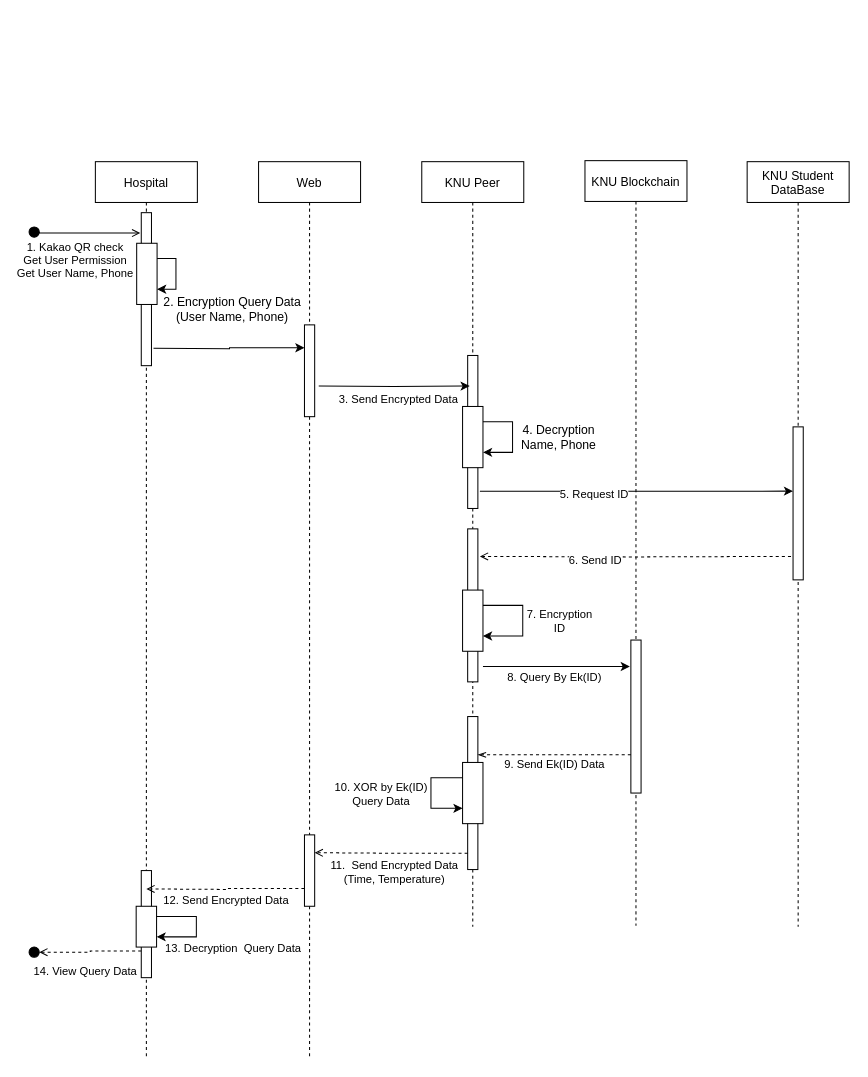
The draw.io diagram page "query" (3 of 3) of Sequence Diagram.drawio in GunhyungKim/TrackingSystem, before the edit. Source tidied: cells renumbered, new cells numbered last; positions are measured from the earlier drawing's top-left corner, leaving out a move shared by most shapes. Both pictures are drawn from the tidied source at 102%, with x=0, y=0 at pixel (29, 160).
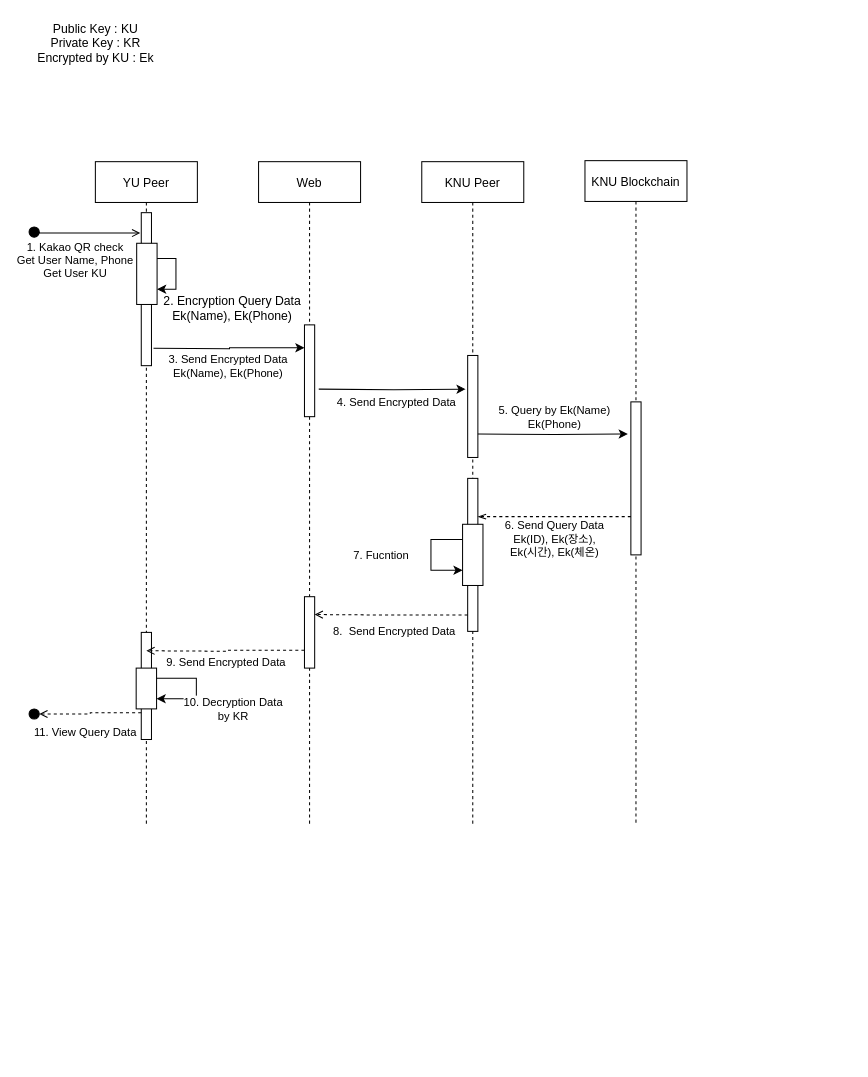
The same page after the edit.

The change refers to these unchanged cells:
```xml
<mxCell id="28" style="edgeStyle=orthogonalEdgeStyle;rounded=0;jettySize=auto;html=1;exitX=1;exitY=0.5;exitDx=0;exitDy=0;endArrow=open;endFill=0;entryX=-0.1;entryY=0.133;entryDx=0;entryDy=0;entryPerimeter=0;" parent="1" edge="1" source="27" target="20">
  <mxGeometry relative="1" as="geometry">
    <Array as="points">
      <mxPoint x="10" y="71" />
    </Array>
  </mxGeometry>
</mxCell>
<mxCell id="31" style="edgeStyle=orthogonalEdgeStyle;rounded=0;jettySize=auto;html=1;entryX=0;entryY=0.25;entryDx=0;entryDy=0;" parent="1" edge="1" target="3">
  <mxGeometry relative="1" as="geometry">
    <mxPoint x="122" y="184" as="sourcePoint" />
  </mxGeometry>
</mxCell>
<mxCell id="43" style="edgeStyle=orthogonalEdgeStyle;rounded=0;jettySize=auto;html=1;exitX=0;exitY=0.75;exitDx=0;exitDy=0;entryX=1;entryY=0.25;entryDx=0;entryDy=0;endArrow=openThin;endFill=0;dashed=1;" parent="1" edge="1" source="18" target="13">
  <mxGeometry relative="1" as="geometry" />
</mxCell>
<mxCell id="45" style="edgeStyle=orthogonalEdgeStyle;rounded=0;jettySize=auto;html=1;exitX=0;exitY=0.893;exitDx=0;exitDy=0;entryX=1;entryY=0.25;entryDx=0;entryDy=0;endArrow=open;endFill=0;exitPerimeter=0;dashed=1;" parent="1" edge="1" source="13" target="4">
  <mxGeometry relative="1" as="geometry" />
</mxCell>
<mxCell id="50" style="edgeStyle=orthogonalEdgeStyle;rounded=0;jettySize=auto;html=1;exitX=0;exitY=0.75;exitDx=0;exitDy=0;entryX=1;entryY=0.5;entryDx=0;entryDy=0;endArrow=open;endFill=0;dashed=1;" parent="1" edge="1" source="23" target="49">
  <mxGeometry relative="1" as="geometry" />
</mxCell>
```

Change to the diagram source:
```diff
@@
     <mxCell id="2" value="Web" style="shape=umlLifeline;perimeter=lifelinePerimeter;rounded=0;shadow=0;strokeWidth=1;" parent="1" vertex="1">
-      <mxGeometry x="225" y="1" width="100" height="880" as="geometry" />
+      <mxGeometry x="225" y="1" width="100" height="649" as="geometry" />
     </mxCell>
@@
     <mxCell id="4" style="rounded=0;whiteSpace=wrap;html=1;" parent="2" vertex="1">
-      <mxGeometry x="45" y="660" width="10" height="70" as="geometry" />
+      <mxGeometry x="45" y="426.5" width="10" height="70" as="geometry" />
     </mxCell>
     <mxCell id="5" value="KNU Peer" style="shape=umlLifeline;perimeter=lifelinePerimeter;rounded=0;shadow=0;strokeWidth=1;" parent="1" vertex="1">
-      <mxGeometry x="385" y="1" width="100" height="750" as="geometry" />
+      <mxGeometry x="385" y="1" width="100" height="649" as="geometry" />
     </mxCell>
     <mxCell id="6" style="rounded=0;whiteSpace=wrap;html=1;" parent="5" vertex="1">
-      <mxGeometry x="45" y="190" width="10" height="150" as="geometry" />
+      <mxGeometry x="45" y="190" width="10" height="100" as="geometry" />
     </mxCell>
-    <mxCell id="7" style="rounded=0;whiteSpace=wrap;html=1;fillColor=#FFFFFF;" parent="5" vertex="1">
-      <mxGeometry x="40" y="240" width="20" height="60" as="geometry" />
-    </mxCell>
-    <mxCell id="8" style="edgeStyle=orthogonalEdgeStyle;rounded=0;orthogonalLoop=1;jettySize=auto;html=1;exitX=1;exitY=0.25;exitDx=0;exitDy=0;entryX=1;entryY=0.75;entryDx=0;entryDy=0;" parent="5" edge="1" source="7" target="7">
-      <mxGeometry relative="1" as="geometry">
-        <Array as="points">
-          <mxPoint x="89" y="255" />
-          <mxPoint x="89" y="285" />
-        </Array>
-      </mxGeometry>
-    </mxCell>
-    <mxCell id="9" style="rounded=0;whiteSpace=wrap;html=1;" parent="5" vertex="1">
-      <mxGeometry x="45" y="360" width="10" height="150" as="geometry" />
-    </mxCell>
-    <mxCell id="10" style="rounded=0;whiteSpace=wrap;html=1;fillColor=#FFFFFF;" parent="5" vertex="1">
-      <mxGeometry x="40" y="420" width="20" height="60" as="geometry" />
-    </mxCell>
-    <mxCell id="11" style="edgeStyle=orthogonalEdgeStyle;rounded=0;orthogonalLoop=1;jettySize=auto;html=1;exitX=1;exitY=0.25;exitDx=0;exitDy=0;entryX=1;entryY=0.75;entryDx=0;entryDy=0;" parent="5" edge="1" source="10" target="10">
-      <mxGeometry relative="1" as="geometry">
-        <Array as="points">
-          <mxPoint x="99" y="435" />
-          <mxPoint x="99" y="465" />
-        </Array>
-      </mxGeometry>
-    </mxCell>
-    <mxCell id="12" value="7. Encryption&lt;br&gt;ID" style="edgeLabel;html=1;align=center;verticalAlign=middle;" parent="11" vertex="1">
-      <mxGeometry x="-0.28" y="-6" relative="1" as="geometry">
-        <mxPoint x="41" y="15" as="offset" />
-      </mxGeometry>
-    </mxCell>
     <mxCell id="13" style="rounded=0;whiteSpace=wrap;html=1;" parent="5" vertex="1">
-      <mxGeometry x="45" y="544" width="10" height="150" as="geometry" />
+      <mxGeometry x="45" y="310.5" width="10" height="150" as="geometry" />
     </mxCell>
     <mxCell id="14" style="rounded=0;whiteSpace=wrap;html=1;fillColor=#FFFFFF;" parent="5" vertex="1">
-      <mxGeometry x="40" y="589" width="20" height="60" as="geometry" />
+      <mxGeometry x="40" y="355.5" width="20" height="60" as="geometry" />
     </mxCell>
     <mxCell id="15" style="edgeStyle=orthogonalEdgeStyle;rounded=0;orthogonalLoop=1;jettySize=auto;html=1;exitX=0;exitY=0.25;exitDx=0;exitDy=0;entryX=0;entryY=0.75;entryDx=0;entryDy=0;endArrow=classic;endFill=1;" parent="5" edge="1" source="14" target="14">
       <mxGeometry relative="1" as="geometry">
         <Array as="points">
-          <mxPoint x="9" y="604" />
-          <mxPoint x="9" y="634" />
+          <mxPoint x="9" y="370.5" />
+          <mxPoint x="9" y="400.5" />
         </Array>
       </mxGeometry>
     </mxCell>
-    <mxCell id="16" value="10. XOR by Ek(ID)&lt;br&gt;Query Data" style="edgeLabel;html=1;align=center;verticalAlign=middle;" parent="15" vertex="1">
+    <mxCell id="16" value="7. Fucntion" style="edgeLabel;html=1;align=center;verticalAlign=middle;" parent="15" vertex="1">
       <mxGeometry x="-0.41" y="-3" relative="1" as="geometry">
         <mxPoint x="-54" y="18" as="offset" />
       </mxGeometry>
     </mxCell>
     <mxCell id="17" value="KNU Blockchain" style="shape=umlLifeline;perimeter=lifelinePerimeter;rounded=0;shadow=0;strokeWidth=1;" parent="1" vertex="1">
-      <mxGeometry x="545" width="100" height="750" as="geometry" />
+      <mxGeometry x="545" width="100" height="650" as="geometry" />
     </mxCell>
     <mxCell id="18" style="rounded=0;whiteSpace=wrap;html=1;" parent="17" vertex="1">
-      <mxGeometry x="45" y="470" width="10" height="150" as="geometry" />
+      <mxGeometry x="45" y="236.5" width="10" height="150" as="geometry" />
     </mxCell>
-    <mxCell id="19" value="Hospital" style="shape=umlLifeline;perimeter=lifelinePerimeter;rounded=0;shadow=0;strokeWidth=1;" parent="1" vertex="1">
-      <mxGeometry x="65" y="1" width="100" height="880" as="geometry" />
+    <mxCell id="19" value="YU Peer" style="shape=umlLifeline;perimeter=lifelinePerimeter;rounded=0;shadow=0;strokeWidth=1;" parent="1" vertex="1">
+      <mxGeometry x="65" y="1" width="100" height="649" as="geometry" />
     </mxCell>
@@
     <mxCell id="23" style="rounded=0;whiteSpace=wrap;html=1;" parent="19" vertex="1">
-      <mxGeometry x="45" y="695" width="10" height="105" as="geometry" />
+      <mxGeometry x="45" y="461.5" width="10" height="105" as="geometry" />
     </mxCell>
     <mxCell id="24" style="rounded=0;whiteSpace=wrap;html=1;fillColor=#FFFFFF;" parent="19" vertex="1">
-      <mxGeometry x="40" y="730" width="20" height="40" as="geometry" />
+      <mxGeometry x="40" y="496.5" width="20" height="40" as="geometry" />
     </mxCell>
     <mxCell id="25" style="edgeStyle=orthogonalEdgeStyle;rounded=0;orthogonalLoop=1;jettySize=auto;html=1;exitX=1;exitY=0.25;exitDx=0;exitDy=0;entryX=1;entryY=0.75;entryDx=0;entryDy=0;endArrow=classic;endFill=1;" parent="19" edge="1" source="24" target="24">
       <mxGeometry relative="1" as="geometry">
         <Array as="points">
-          <mxPoint x="99" y="740" />
-          <mxPoint x="99" y="760" />
+          <mxPoint x="99" y="506.5" />
+          <mxPoint x="99" y="526.5" />
         </Array>
       </mxGeometry>
     </mxCell>
-    <mxCell id="26" value="13. Decryption&amp;nbsp; Query Data" style="edgeLabel;html=1;align=center;verticalAlign=middle;" parent="25" vertex="1">
+    <mxCell id="26" value="10. Decryption Data&lt;br&gt;by KR" style="edgeLabel;html=1;align=center;verticalAlign=middle;" parent="25" vertex="1">
       <mxGeometry x="0.35" y="4" relative="1" as="geometry">
         <mxPoint x="42" y="6" as="offset" />
       </mxGeometry>
     </mxCell>
@@
-    <mxCell id="29" value="1. Kakao QR check&lt;br&gt;Get User Permission&lt;br&gt;Get User Name, Phone" style="edgeLabel;html=1;align=center;verticalAlign=middle;" parent="28" vertex="1">
+    <mxCell id="29" value="1. Kakao QR check&lt;br&gt;Get User Name, Phone&lt;br&gt;Get User KU" style="edgeLabel;html=1;align=center;verticalAlign=middle;" parent="28" vertex="1">
       <mxGeometry x="0.26" y="1" relative="1" as="geometry">
         <mxPoint x="-27" y="28" as="offset" />
       </mxGeometry>
     </mxCell>
-    <mxCell id="30" value="2. Encryption Query Data&lt;br&gt;(User Name, Phone)" style="text;html=1;align=center;verticalAlign=middle;" parent="1" vertex="1">
-      <mxGeometry x="124" y="131" width="150" height="30" as="geometry" />
+    <mxCell id="30" value="2. Encryption Query Data&lt;br&gt;Ek(Name), Ek(Phone)" style="text;html=1;align=center;verticalAlign=middle;" parent="1" vertex="1">
+      <mxGeometry x="124" y="130" width="150" height="30" as="geometry" />
     </mxCell>
@@
+    <mxCell id="52" value="3. Send Encrypted Data&lt;br&gt;Ek(Name), Ek(Phone)" style="edgeLabel;html=1;align=center;verticalAlign=middle;" parent="31" vertex="1">
+      <mxGeometry x="-0.8" y="-4" relative="1" as="geometry">
+        <mxPoint x="58" y="13" as="offset" />
+      </mxGeometry>
+    </mxCell>
-    <mxCell id="32" style="edgeStyle=orthogonalEdgeStyle;rounded=0;jettySize=auto;html=1;entryX=0.2;entryY=0.2;entryDx=0;entryDy=0;entryPerimeter=0;" parent="1" edge="1" target="6">
+    <mxCell id="32" style="edgeStyle=orthogonalEdgeStyle;rounded=0;jettySize=auto;html=1;entryX=-0.2;entryY=0.33;entryDx=0;entryDy=0;entryPerimeter=0;" parent="1" edge="1" target="6">
       <mxGeometry relative="1" as="geometry">
-        <mxPoint x="284" y="221" as="sourcePoint" />
+        <mxPoint x="284" y="224" as="sourcePoint" />
       </mxGeometry>
     </mxCell>
-    <mxCell id="33" value="3. Send Encrypted Data" style="edgeLabel;html=1;align=center;verticalAlign=middle;" parent="32" vertex="1">
+    <mxCell id="33" value="4. Send Encrypted Data" style="edgeLabel;html=1;align=center;verticalAlign=middle;" parent="32" vertex="1">
       <mxGeometry x="-0.17" y="-4" relative="1" as="geometry">
         <mxPoint x="16" y="8.5" as="offset" />
       </mxGeometry>
     </mxCell>
-    <mxCell id="34" value="KNU Student&#10;DataBase" style="shape=umlLifeline;perimeter=lifelinePerimeter;rounded=0;shadow=0;strokeWidth=1;" parent="1" vertex="1">
-      <mxGeometry x="704" y="1" width="100" height="750" as="geometry" />
-    </mxCell>
-    <mxCell id="35" style="rounded=0;whiteSpace=wrap;html=1;" parent="34" vertex="1">
-      <mxGeometry x="45" y="260" width="10" height="150" as="geometry" />
-    </mxCell>
-    <mxCell id="36" value="4. Decryption&lt;br&gt;Name, Phone" style="text;html=1;align=center;verticalAlign=middle;" parent="1" vertex="1">
-      <mxGeometry x="474" y="256" width="90" height="30" as="geometry" />
-    </mxCell>
-    <mxCell id="37" style="edgeStyle=orthogonalEdgeStyle;rounded=0;jettySize=auto;html=1;exitX=1.2;exitY=0.887;exitDx=0;exitDy=0;entryX=0;entryY=0.42;entryDx=0;entryDy=0;exitPerimeter=0;entryPerimeter=0;" parent="1" edge="1" source="6" target="35">
-      <mxGeometry relative="1" as="geometry" />
-    </mxCell>
-    <mxCell id="38" value="5. Request ID" style="edgeLabel;html=1;align=center;verticalAlign=middle;" parent="37" vertex="1">
-      <mxGeometry x="-0.38" y="-2" relative="1" as="geometry">
-        <mxPoint x="16.4" as="offset" />
-      </mxGeometry>
-    </mxCell>
-    <mxCell id="39" style="edgeStyle=orthogonalEdgeStyle;rounded=0;jettySize=auto;html=1;entryX=1.2;entryY=0.18;entryDx=0;entryDy=0;entryPerimeter=0;dashed=1;endArrow=open;endFill=0;" parent="1" edge="1" target="9">
-      <mxGeometry relative="1" as="geometry">
-        <mxPoint x="747" y="388" as="sourcePoint" />
-      </mxGeometry>
-    </mxCell>
-    <mxCell id="40" value="6. Send ID" style="edgeLabel;html=1;align=center;verticalAlign=middle;" parent="39" vertex="1">
-      <mxGeometry x="0.57" y="3" relative="1" as="geometry">
-        <mxPoint x="47" as="offset" />
-      </mxGeometry>
-    </mxCell>
-    <mxCell id="41" style="edgeStyle=orthogonalEdgeStyle;rounded=0;jettySize=auto;html=1;exitX=1.5;exitY=0.9;exitDx=0;exitDy=0;entryX=-0.1;entryY=0.173;entryDx=0;entryDy=0;endArrow=classic;endFill=1;exitPerimeter=0;entryPerimeter=0;" parent="1" edge="1" source="9" target="18">
-      <mxGeometry relative="1" as="geometry" />
-    </mxCell>
-    <mxCell id="42" value="8. Query By Ek(ID)" style="edgeLabel;html=1;align=center;verticalAlign=middle;" parent="41" vertex="1">
-      <mxGeometry x="-0.25" y="-1" relative="1" as="geometry">
-        <mxPoint x="15" y="10" as="offset" />
-      </mxGeometry>
-    </mxCell>
@@
-    <mxCell id="44" value="9. Send Ek(ID) Data" style="edgeLabel;html=1;align=center;verticalAlign=middle;" parent="43" vertex="1">
+    <mxCell id="44" value="6. Send Query Data&lt;br&gt;Ek(ID), Ek(장소),&lt;br&gt;Ek(시간), Ek(체온)" style="edgeLabel;html=1;align=center;verticalAlign=middle;" parent="43" vertex="1">
       <mxGeometry x="0.31" y="4" relative="1" as="geometry">
-        <mxPoint x="22" y="4.5" as="offset" />
+        <mxPoint x="22" y="17" as="offset" />
       </mxGeometry>
     </mxCell>
@@
-    <mxCell id="46" value="11.&amp;nbsp; Send Encrypted Data&lt;br&gt;(Time, Temperature)" style="edgeLabel;html=1;align=center;verticalAlign=middle;" parent="45" vertex="1">
+    <mxCell id="46" value="8.&amp;nbsp; Send Encrypted Data" style="edgeLabel;html=1;align=center;verticalAlign=middle;" parent="45" vertex="1">
       <mxGeometry x="0.35" y="2" relative="1" as="geometry">
-        <mxPoint x="28.5" y="16.5" as="offset" />
+        <mxPoint x="28.5" y="14.5" as="offset" />
       </mxGeometry>
     </mxCell>
     <mxCell id="47" style="edgeStyle=orthogonalEdgeStyle;rounded=0;jettySize=auto;html=1;exitX=0;exitY=0.75;exitDx=0;exitDy=0;endArrow=open;endFill=0;dashed=1;" parent="1" edge="1" source="4">
       <mxGeometry relative="1" as="geometry">
-        <mxPoint x="115" y="714" as="targetPoint" />
+        <mxPoint x="115" y="480.5" as="targetPoint" />
       </mxGeometry>
     </mxCell>
-    <mxCell id="48" value="12. Send Encrypted Data" style="edgeLabel;html=1;align=center;verticalAlign=middle;" parent="47" vertex="1">
+    <mxCell id="48" value="9. Send Encrypted Data" style="edgeLabel;html=1;align=center;verticalAlign=middle;" parent="47" vertex="1">
       <mxGeometry x="0.23" y="2" relative="1" as="geometry">
         <mxPoint x="18" y="8.5" as="offset" />
       </mxGeometry>
     </mxCell>
     <mxCell id="49" style="ellipse;whiteSpace=wrap;html=1;fillColor=#000000;" parent="1" vertex="1">
-      <mxGeometry y="771" width="10" height="10" as="geometry" />
+      <mxGeometry y="537.5" width="10" height="10" as="geometry" />
     </mxCell>
@@
-    <mxCell id="51" value="14. View Query Data" style="edgeLabel;html=1;align=center;verticalAlign=middle;" parent="50" vertex="1">
+    <mxCell id="51" value="11. View Query Data" style="edgeLabel;html=1;align=center;verticalAlign=middle;" parent="50" vertex="1">
       <mxGeometry x="0.28" y="1" relative="1" as="geometry">
         <mxPoint x="8.5" y="17" as="offset" />
       </mxGeometry>
     </mxCell>
+    <mxCell id="53" value="Public Key : KU&lt;br&gt;Private Key : KR&lt;br&gt;Encrypted by KU : Ek" style="text;html=1;align=center;verticalAlign=middle;" parent="1" vertex="1">
+      <mxGeometry y="-140" width="130" height="50" as="geometry" />
+    </mxCell>
+    <mxCell id="54" style="edgeStyle=orthogonalEdgeStyle;rounded=0;jettySize=auto;html=1;entryX=-0.3;entryY=0.21;entryDx=0;entryDy=0;entryPerimeter=0;" parent="1" edge="1" target="18">
+      <mxGeometry relative="1" as="geometry">
+        <mxPoint x="440" y="268" as="sourcePoint" />
+      </mxGeometry>
+    </mxCell>
+    <mxCell id="55" value="5. Query by Ek(Name)&lt;br&gt;Ek(Phone)" style="edgeLabel;html=1;align=center;verticalAlign=middle;" parent="54" vertex="1">
+      <mxGeometry x="-0.27" y="-2" relative="1" as="geometry">
+        <mxPoint x="21" y="-19" as="offset" />
+      </mxGeometry>
+    </mxCell>
```
